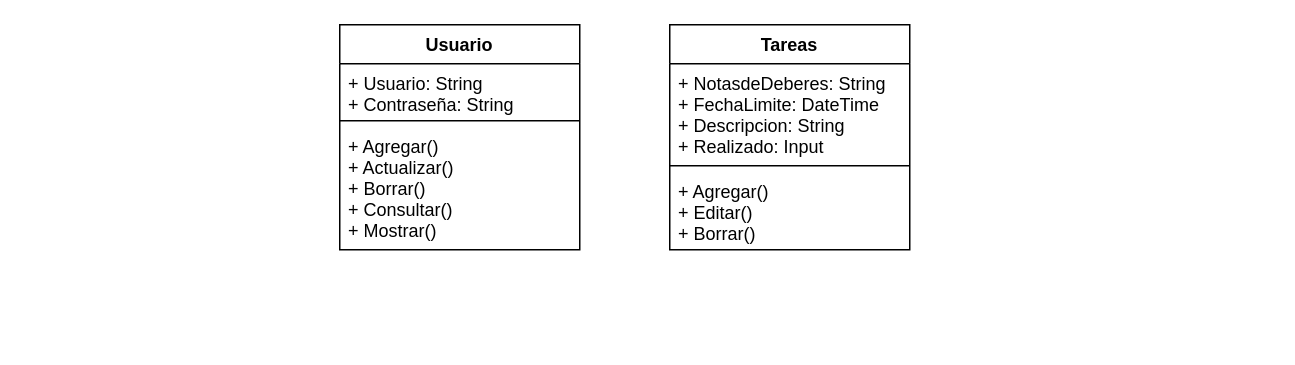
Earlier version of the draw.io diagram Diagrama sin título.drawio (KAI1718/clase). Source tidied: cells renumbered, new cells numbered last; positions are measured from the earlier drawing's top-left corner, leaving out a move shared by most shapes. Both pictures are drawn from the tidied source at 150%, with x=0, y=0 at pixel (339, 24).
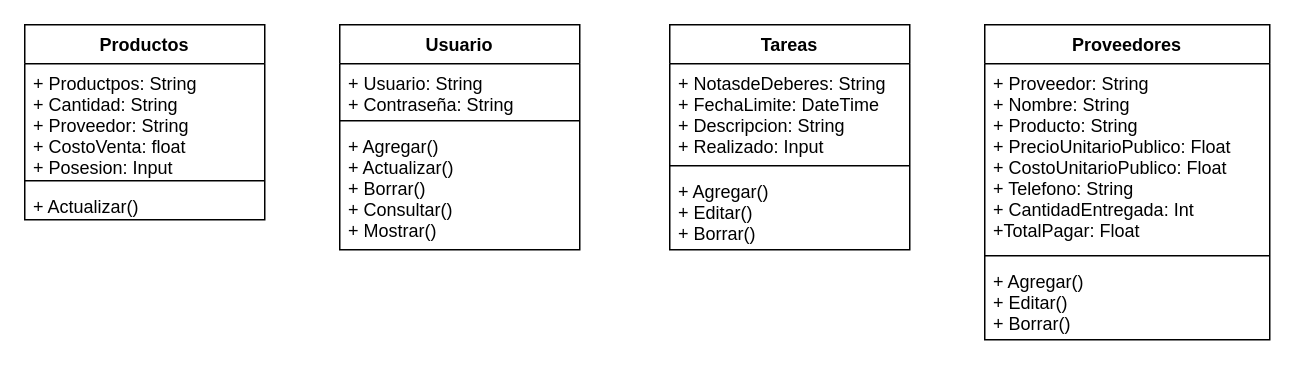
The same diagram, later.

Change to the diagram source:
```diff
@@
 <mxGraphModel>
   <root>
     <mxCell id="0" />
     <mxCell id="1" parent="0" />
     <mxCell id="2" value="Usuario" style="swimlane;fontStyle=1;align=center;verticalAlign=top;horizontal=1;startSize=26;" parent="1" vertex="1">
       <mxGeometry width="160" height="150" as="geometry" />
     </mxCell>
     <mxCell id="3" value="+ Usuario: String&#10;+ Contraseña: String" style="text;strokeColor=none;fillColor=none;align=left;verticalAlign=top;spacingLeft=4;spacingRight=4;overflow=hidden;" parent="2" vertex="1">
       <mxGeometry y="26" width="160" height="34" as="geometry" />
     </mxCell>
     <mxCell id="4" style="line;strokeWidth=1;fillColor=none;align=left;verticalAlign=middle;spacingTop=-1;spacingLeft=3;spacingRight=3;labelPosition=right;strokeColor=inherit;" parent="2" vertex="1">
       <mxGeometry y="60" width="160" height="8" as="geometry" />
     </mxCell>
     <mxCell id="5" value="+ Agregar()&#10;+ Actualizar()&#10;+ Borrar()&#10;+ Consultar()&#10;+ Mostrar()" style="text;strokeColor=none;fillColor=none;align=left;verticalAlign=top;spacingLeft=4;spacingRight=4;overflow=hidden;" parent="2" vertex="1">
       <mxGeometry y="68" width="160" height="82" as="geometry" />
     </mxCell>
     <mxCell id="6" value="Tareas" style="swimlane;fontStyle=1;align=center;verticalAlign=top;horizontal=1;startSize=26;" parent="1" vertex="1">
       <mxGeometry x="220" width="160" height="150" as="geometry" />
     </mxCell>
     <mxCell id="7" value="+ NotasdeDeberes: String&#10;+ FechaLimite: DateTime&#10;+ Descripcion: String&#10;+ Realizado: Input" style="text;strokeColor=none;fillColor=none;align=left;verticalAlign=top;spacingLeft=4;spacingRight=4;overflow=hidden;" parent="6" vertex="1">
       <mxGeometry y="26" width="160" height="64" as="geometry" />
     </mxCell>
     <mxCell id="8" style="line;strokeWidth=1;fillColor=none;align=left;verticalAlign=middle;spacingTop=-1;spacingLeft=3;spacingRight=3;labelPosition=right;strokeColor=inherit;" parent="6" vertex="1">
       <mxGeometry y="90" width="160" height="8" as="geometry" />
     </mxCell>
     <mxCell id="9" value="+ Agregar()&#10;+ Editar()&#10;+ Borrar()" style="text;strokeColor=none;fillColor=none;align=left;verticalAlign=top;spacingLeft=4;spacingRight=4;overflow=hidden;" parent="6" vertex="1">
       <mxGeometry y="98" width="160" height="52" as="geometry" />
     </mxCell>
+    <mxCell id="10" value="Proveedores" style="swimlane;fontStyle=1;align=center;verticalAlign=top;horizontal=1;startSize=26;" parent="1" vertex="1">
+      <mxGeometry x="430" width="190" height="210" as="geometry" />
+    </mxCell>
+    <mxCell id="11" value="+ Proveedor: String&#10;+ Nombre: String&#10;+ Producto: String&#10;+ PrecioUnitarioPublico: Float&#10;+ CostoUnitarioPublico: Float&#10;+ Telefono: String&#10;+ CantidadEntregada: Int &#10;+TotalPagar: Float" style="text;strokeColor=none;fillColor=none;align=left;verticalAlign=top;spacingLeft=4;spacingRight=4;overflow=hidden;" parent="10" vertex="1">
+      <mxGeometry y="26" width="190" height="124" as="geometry" />
+    </mxCell>
+    <mxCell id="12" style="line;strokeWidth=1;fillColor=none;align=left;verticalAlign=middle;spacingTop=-1;spacingLeft=3;spacingRight=3;labelPosition=right;strokeColor=inherit;" parent="10" vertex="1">
+      <mxGeometry y="150" width="190" height="8" as="geometry" />
+    </mxCell>
+    <mxCell id="13" value="+ Agregar()&#10;+ Editar()&#10;+ Borrar()" style="text;strokeColor=none;fillColor=none;align=left;verticalAlign=top;spacingLeft=4;spacingRight=4;overflow=hidden;" parent="10" vertex="1">
+      <mxGeometry y="158" width="190" height="52" as="geometry" />
+    </mxCell>
+    <mxCell id="14" value="Productos" style="swimlane;fontStyle=1;align=center;verticalAlign=top;horizontal=1;startSize=26;" parent="1" vertex="1">
+      <mxGeometry x="-210" width="160" height="130" as="geometry" />
+    </mxCell>
+    <mxCell id="15" value="+ Productpos: String&#10;+ Cantidad: String&#10;+ Proveedor: String&#10;+ CostoVenta: float&#10;+ Posesion: Input" style="text;strokeColor=none;fillColor=none;align=left;verticalAlign=top;spacingLeft=4;spacingRight=4;overflow=hidden;" parent="14" vertex="1">
+      <mxGeometry y="26" width="160" height="74" as="geometry" />
+    </mxCell>
+    <mxCell id="16" style="line;strokeWidth=1;fillColor=none;align=left;verticalAlign=middle;spacingTop=-1;spacingLeft=3;spacingRight=3;labelPosition=right;strokeColor=inherit;" parent="14" vertex="1">
+      <mxGeometry y="100" width="160" height="8" as="geometry" />
+    </mxCell>
+    <mxCell id="17" value="+ Actualizar()" style="text;strokeColor=none;fillColor=none;align=left;verticalAlign=top;spacingLeft=4;spacingRight=4;overflow=hidden;" parent="14" vertex="1">
+      <mxGeometry y="108" width="160" height="22" as="geometry" />
+    </mxCell>
   </root>
 </mxGraphModel>
```
